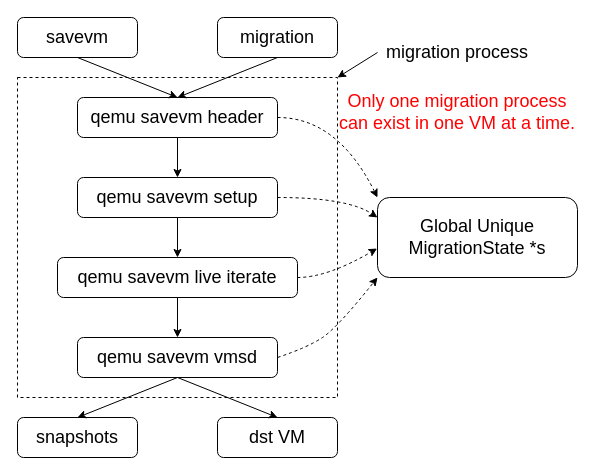
Earlier version of the draw.io diagram patterns/postcopy/snapshot vs migration chinese ver.drawio (xuyizhe1999/drawio). Source tidied: cells renumbered, new cells numbered last; positions are measured from the earlier drawing's top-left corner, leaving out a move shared by most shapes. Both pictures are drawn from the tidied source at 100%, with x=0, y=0 at pixel (17, 17).
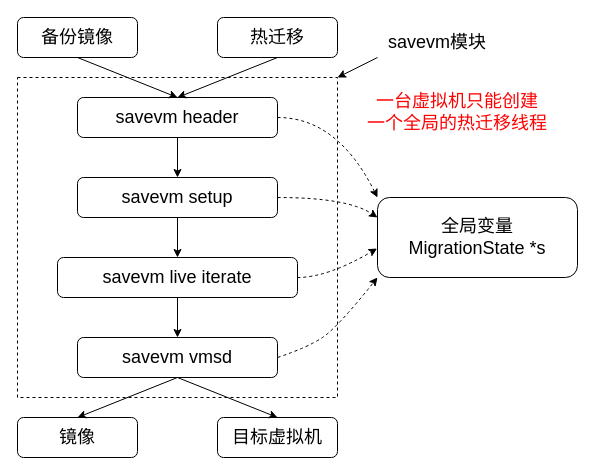
The same diagram, later.

The change refers to these unchanged cells:
```xml
<mxCell id="2" style="rounded=0;whiteSpace=wrap;html=1;fontSize=18;fontColor=#FF0000;dashed=1;fillColor=none;" parent="1" vertex="1">
  <mxGeometry y="60" width="320" height="320" as="geometry" />
</mxCell>
```

The edit, as a diff of the source:
```diff
@@
-    <mxCell id="3" value="&lt;font style=&quot;font-size: 18px;&quot;&gt;savevm&lt;/font&gt;" style="rounded=1;whiteSpace=wrap;html=1;" parent="1" vertex="1">
+    <mxCell id="3" value="&lt;font style=&quot;font-size: 18px;&quot;&gt;备份镜像&lt;/font&gt;" style="rounded=1;whiteSpace=wrap;html=1;" parent="1" vertex="1">
       <mxGeometry width="120" height="40" as="geometry" />
     </mxCell>
-    <mxCell id="4" value="migration" style="rounded=1;whiteSpace=wrap;html=1;fontSize=18;" parent="1" vertex="1">
+    <mxCell id="4" value="热迁移" style="rounded=1;whiteSpace=wrap;html=1;fontSize=18;" parent="1" vertex="1">
       <mxGeometry x="200" width="120" height="40" as="geometry" />
     </mxCell>
@@
-    <mxCell id="6" value="qemu savevm header" style="rounded=1;whiteSpace=wrap;html=1;fontSize=18;" parent="1" vertex="1">
+    <mxCell id="6" value="savevm header" style="rounded=1;whiteSpace=wrap;html=1;fontSize=18;" parent="1" vertex="1">
       <mxGeometry x="60" y="80" width="200" height="40" as="geometry" />
     </mxCell>
-    <mxCell id="7" value="Global Unique MigrationState *s" style="rounded=1;whiteSpace=wrap;html=1;fontSize=18;" parent="1" vertex="1">
+    <mxCell id="7" value="全局变量&lt;br&gt;MigrationState *s" style="rounded=1;whiteSpace=wrap;html=1;fontSize=18;" parent="1" vertex="1">
       <mxGeometry x="360" y="180" width="200" height="80" as="geometry" />
     </mxCell>
@@
-    <mxCell id="9" value="qemu savevm setup" style="rounded=1;whiteSpace=wrap;html=1;fontSize=18;" parent="1" vertex="1">
+    <mxCell id="9" value="savevm setup" style="rounded=1;whiteSpace=wrap;html=1;fontSize=18;" parent="1" vertex="1">
       <mxGeometry x="60" y="160" width="200" height="40" as="geometry" />
     </mxCell>
@@
-    <mxCell id="11" value="qemu savevm live iterate" style="rounded=1;whiteSpace=wrap;html=1;fontSize=18;" parent="1" vertex="1">
+    <mxCell id="11" value="savevm live iterate" style="rounded=1;whiteSpace=wrap;html=1;fontSize=18;" parent="1" vertex="1">
       <mxGeometry x="40" y="240" width="240" height="40" as="geometry" />
     </mxCell>
-    <mxCell id="12" value="qemu savevm vmsd" style="rounded=1;whiteSpace=wrap;html=1;fontSize=18;" parent="1" vertex="1">
+    <mxCell id="12" value="savevm vmsd" style="rounded=1;whiteSpace=wrap;html=1;fontSize=18;" parent="1" vertex="1">
       <mxGeometry x="60" y="320" width="200" height="40" as="geometry" />
     </mxCell>
@@
-    <mxCell id="15" value="snapshots" style="rounded=1;whiteSpace=wrap;html=1;fontSize=18;" parent="1" vertex="1">
+    <mxCell id="15" value="镜像" style="rounded=1;whiteSpace=wrap;html=1;fontSize=18;" parent="1" vertex="1">
       <mxGeometry y="400" width="120" height="40" as="geometry" />
     </mxCell>
-    <mxCell id="16" value="dst VM" style="rounded=1;whiteSpace=wrap;html=1;fontSize=18;" parent="1" vertex="1">
+    <mxCell id="16" value="目标虚拟机" style="rounded=1;whiteSpace=wrap;html=1;fontSize=18;" parent="1" vertex="1">
       <mxGeometry x="200" y="400" width="120" height="40" as="geometry" />
     </mxCell>
@@
-    <mxCell id="23" value="&lt;font color=&quot;#ff0000&quot;&gt;Only one migration process can exist in one VM at a time.&lt;/font&gt;" style="text;html=1;strokeColor=none;fillColor=none;align=center;verticalAlign=middle;whiteSpace=wrap;rounded=0;fontSize=18;" parent="1" vertex="1">
+    <mxCell id="23" value="&lt;font color=&quot;#ff0000&quot;&gt;一台虚拟机只能创建&lt;br&gt;一个全局的热迁移线程&lt;/font&gt;" style="text;html=1;strokeColor=none;fillColor=none;align=center;verticalAlign=middle;whiteSpace=wrap;rounded=0;fontSize=18;" parent="1" vertex="1">
       <mxGeometry x="320" y="80" width="240" height="30" as="geometry" />
     </mxCell>
-    <mxCell id="24" value="&lt;font color=&quot;#000000&quot;&gt;migration process&lt;/font&gt;" style="text;html=1;strokeColor=none;fillColor=none;align=center;verticalAlign=middle;whiteSpace=wrap;rounded=0;dashed=1;fontSize=18;fontColor=#FF0000;" parent="1" vertex="1">
-      <mxGeometry x="360" y="20" width="160" height="30" as="geometry" />
+    <mxCell id="24" value="&lt;font color=&quot;#000000&quot;&gt;savevm模块&lt;/font&gt;" style="text;html=1;strokeColor=none;fillColor=none;align=center;verticalAlign=middle;whiteSpace=wrap;rounded=0;dashed=1;fontSize=18;fontColor=#FF0000;" parent="1" vertex="1">
+      <mxGeometry x="360" y="10" width="120" height="30" as="geometry" />
     </mxCell>
-    <mxCell id="25" style="endArrow=classic;html=1;rounded=0;fontSize=18;fontColor=#000000;entryX=1;entryY=0;entryDx=0;entryDy=0;exitX=0;exitY=0.5;exitDx=0;exitDy=0;" parent="1" edge="1" source="24" target="2">
+    <mxCell id="25" style="endArrow=classic;html=1;rounded=0;fontSize=18;fontColor=#000000;entryX=1;entryY=0;entryDx=0;entryDy=0;exitX=0;exitY=1;exitDx=0;exitDy=0;" parent="1" edge="1" source="24" target="2">
       <mxGeometry relative="1" as="geometry" />
     </mxCell>
```
